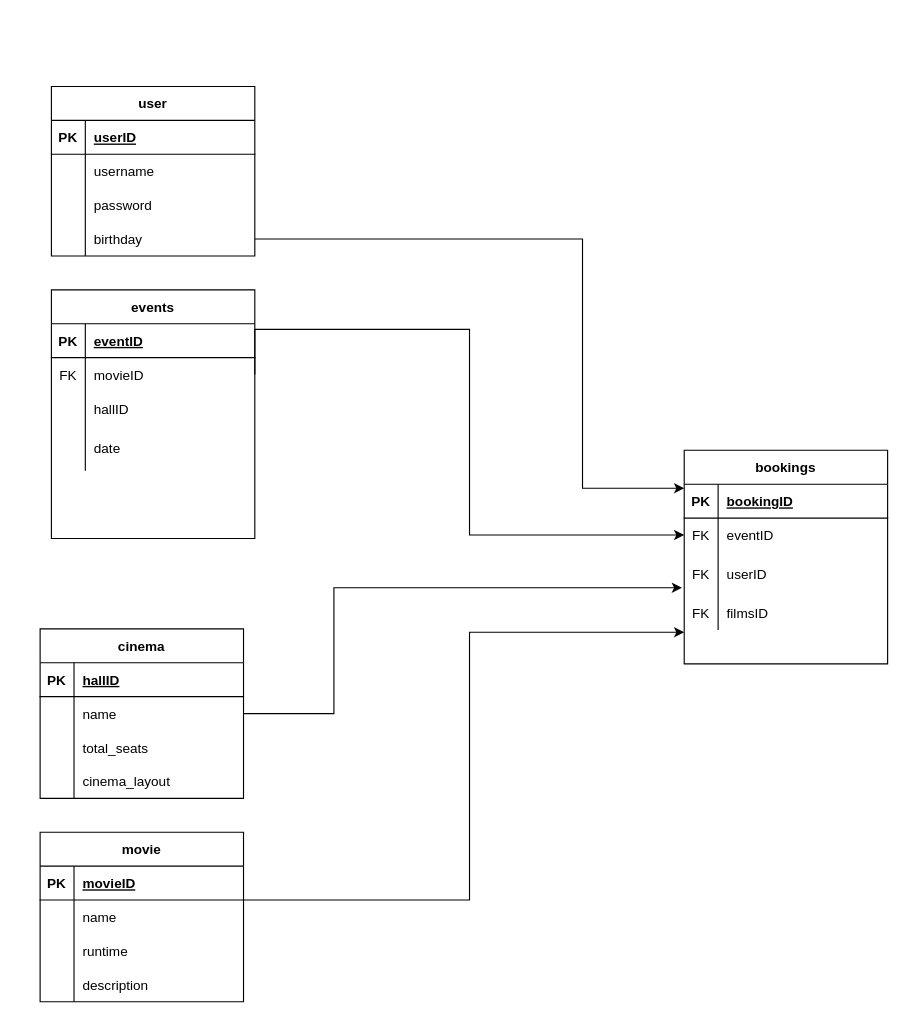
Above: Datenbanken.drawio in SirPatschiii/Kinobuchungsprogramm (draw.io), before the change. Source tidied: cells renumbered, new cells numbered last; positions are measured from the earlier drawing's top-left corner, leaving out a move shared by most shapes. Both pictures are drawn from the tidied source at 113%, with x=0, y=0 at pixel (18, 86).
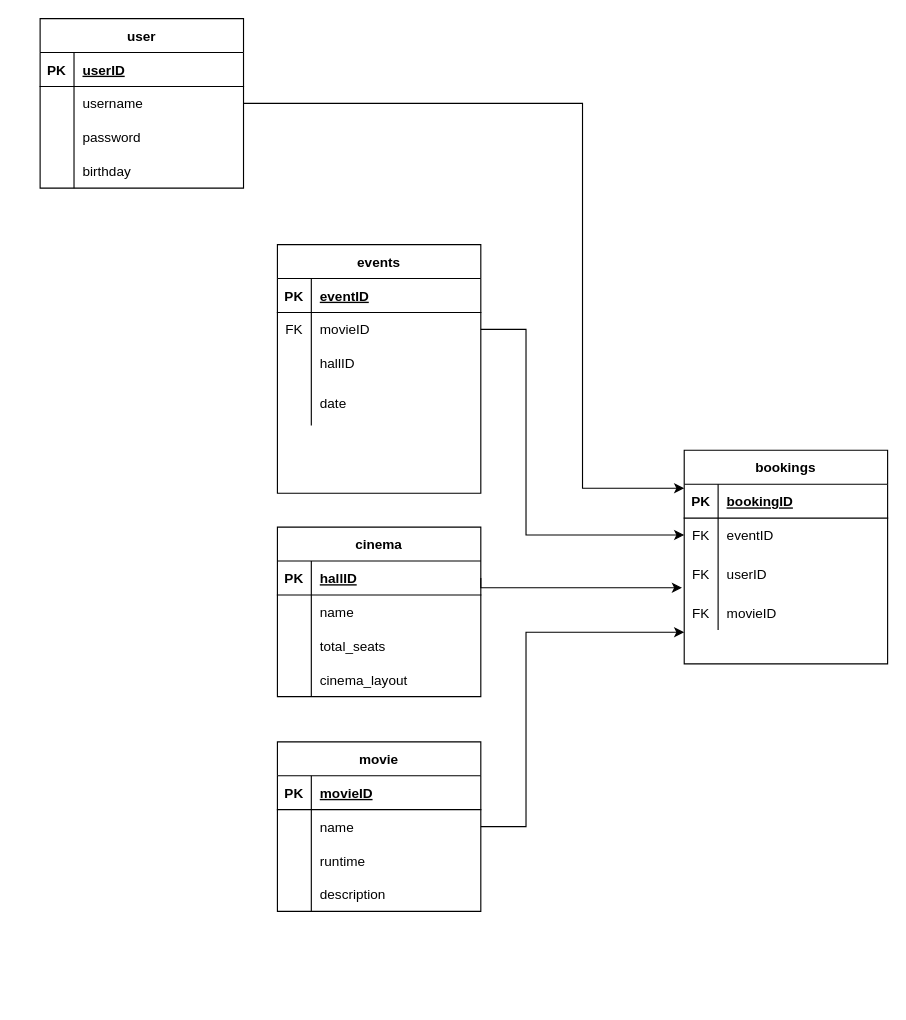
After the change.

The change refers to these unchanged cells:
```xml
<mxCell id="20" style="shape=tableRow;horizontal=0;startSize=0;swimlaneHead=0;swimlaneBody=0;fillColor=none;points=[[0,0.5],[1,0.5]];portConstraint=eastwest;top=0;left=0;right=0;bottom=0;" parent="16" vertex="1">
  <mxGeometry y="60" width="180" height="30" as="geometry" />
</mxCell>
<mxCell id="30" style="shape=tableRow;horizontal=0;startSize=0;swimlaneHead=0;swimlaneBody=0;fillColor=none;points=[[0,0.5],[1,0.5]];portConstraint=eastwest;top=0;left=0;right=0;bottom=1;" parent="29" vertex="1">
  <mxGeometry y="30" width="180" height="30" as="geometry" />
</mxCell>
<mxCell id="33" style="shape=tableRow;horizontal=0;startSize=0;swimlaneHead=0;swimlaneBody=0;fillColor=none;points=[[0,0.5],[1,0.5]];portConstraint=eastwest;top=0;left=0;right=0;bottom=0;" parent="29" vertex="1">
  <mxGeometry y="60" width="180" height="30" as="geometry" />
</mxCell>
<mxCell id="39" style="shape=tableRow;horizontal=0;startSize=0;swimlaneHead=0;swimlaneBody=0;fillColor=none;points=[[0,0.5],[1,0.5]];portConstraint=eastwest;top=0;left=0;right=0;bottom=0;" parent="29" vertex="1">
  <mxGeometry y="129" width="180" height="30" as="geometry" />
</mxCell>
<mxCell id="58" style="shape=tableRow;horizontal=0;startSize=0;swimlaneHead=0;swimlaneBody=0;fillColor=none;points=[[0,0.5],[1,0.5]];portConstraint=eastwest;top=0;left=0;right=0;bottom=1;" parent="57" vertex="1">
  <mxGeometry y="30" width="180" height="30" as="geometry" />
</mxCell>
<mxCell id="61" style="shape=tableRow;horizontal=0;startSize=0;swimlaneHead=0;swimlaneBody=0;fillColor=none;points=[[0,0.5],[1,0.5]];portConstraint=eastwest;top=0;left=0;right=0;bottom=0;" parent="57" vertex="1">
  <mxGeometry y="60" width="180" height="30" as="geometry" />
</mxCell>
```

Change to the diagram source:
```diff
@@
     <mxCell id="2" style="edgeStyle=orthogonalEdgeStyle;rounded=0;jettySize=auto;html=1;entryX=0;entryY=0.12;entryDx=0;entryDy=0;entryPerimeter=0;" parent="1" edge="1" source="3" target="30">
       <mxGeometry relative="1" as="geometry">
         <Array as="points">
-          <mxPoint x="499" y="135" />
+          <mxPoint x="499" y="15" />
           <mxPoint x="499" y="356" />
         </Array>
       </mxGeometry>
     </mxCell>
     <mxCell id="3" value="user" style="shape=table;startSize=30;childLayout=tableLayout;rowLines=0;fontStyle=1;align=center;" parent="1" vertex="1">
-      <mxGeometry x="29" width="180" height="150" as="geometry" />
+      <mxGeometry x="19" y="-60" width="180" height="150" as="geometry" />
     </mxCell>
@@
     <mxCell id="16" value="events" style="shape=table;startSize=30;childLayout=tableLayout;rowLines=0;fontStyle=1;align=center;" parent="1" vertex="1">
-      <mxGeometry x="29" y="180" width="180" height="220" as="geometry" />
+      <mxGeometry x="229" y="140" width="180" height="220" as="geometry" />
     </mxCell>
@@
-    <mxCell id="41" value="filmsID" style="shape=partialRectangle;fillColor=none;top=0;left=0;bottom=0;right=0;align=left;spacingLeft=6;overflow=hidden;" parent="39" vertex="1">
+    <mxCell id="41" value="movieID" style="shape=partialRectangle;fillColor=none;top=0;left=0;bottom=0;right=0;align=left;spacingLeft=6;overflow=hidden;" parent="39" vertex="1">
       <mxGeometry x="30" width="150" height="30" as="geometry" />
     </mxCell>
     <mxCell id="42" style="edgeStyle=orthogonalEdgeStyle;rounded=0;jettySize=auto;html=1;" parent="1" edge="1" source="43">
       <mxGeometry relative="1" as="geometry">
         <mxPoint x="589" y="483" as="targetPoint" />
         <Array as="points">
-          <mxPoint x="399" y="720" />
-          <mxPoint x="399" y="483" />
+          <mxPoint x="449" y="655" />
+          <mxPoint x="449" y="483" />
         </Array>
       </mxGeometry>
     </mxCell>
     <mxCell id="43" value="movie" style="shape=table;startSize=30;childLayout=tableLayout;rowLines=0;fontStyle=1;align=center;" parent="1" vertex="1">
-      <mxGeometry x="19" y="660" width="180" height="150" as="geometry" />
+      <mxGeometry x="229" y="580" width="180" height="150" as="geometry" />
     </mxCell>
@@
     <mxCell id="56" style="edgeStyle=orthogonalEdgeStyle;rounded=0;jettySize=auto;html=1;exitX=1;exitY=0.5;exitDx=0;exitDy=0;entryX=0;entryY=0.5;entryDx=0;entryDy=0;" parent="1" edge="1" source="20" target="33">
       <mxGeometry relative="1" as="geometry">
         <Array as="points">
-          <mxPoint x="399" y="215" />
-          <mxPoint x="399" y="397" />
+          <mxPoint x="449" y="215" />
+          <mxPoint x="449" y="397" />
         </Array>
       </mxGeometry>
     </mxCell>
     <mxCell id="57" value="cinema" style="shape=table;startSize=30;childLayout=tableLayout;rowLines=0;fontStyle=1;align=center;" parent="1" vertex="1">
-      <mxGeometry x="19" y="480" width="180" height="150" as="geometry" />
+      <mxGeometry x="229" y="390" width="180" height="150" as="geometry" />
     </mxCell>
@@
-    <mxCell id="72" style="edgeStyle=orthogonalEdgeStyle;rounded=0;jettySize=auto;html=1;entryX=-0.011;entryY=-0.247;entryDx=0;entryDy=0;entryPerimeter=0;" parent="1" edge="1" source="61" target="39">
+    <mxCell id="72" style="edgeStyle=orthogonalEdgeStyle;rounded=0;jettySize=auto;html=1;entryX=-0.011;entryY=-0.247;entryDx=0;entryDy=0;entryPerimeter=0;exitX=1;exitY=0.5;exitDx=0;exitDy=0;" parent="1" edge="1" source="58" target="39">
       <mxGeometry relative="1" as="geometry">
         <Array as="points">
-          <mxPoint x="279" y="555" />
-          <mxPoint x="279" y="444" />
+          <mxPoint x="409" y="444" />
         </Array>
       </mxGeometry>
     </mxCell>
```
